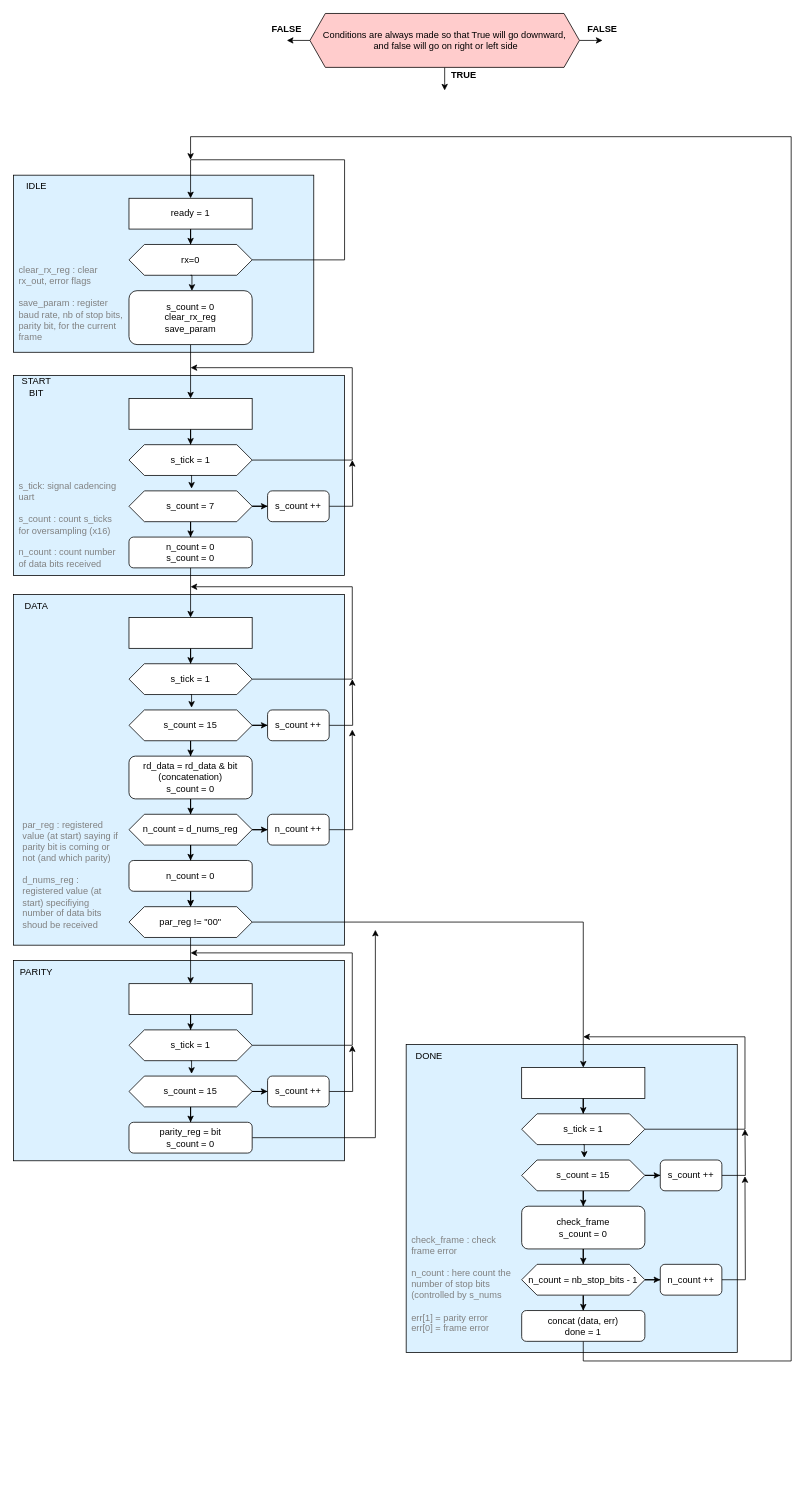
Above: doc/UART/uart_dynamic_FSMD.drawio in hacktivist25/PongCHu_FPGA_Designs (draw.io), before the change. Source tidied: cells renumbered, new cells numbered last; positions are measured from the earlier drawing's top-left corner, leaving out a move shared by most shapes. Both pictures are drawn from the tidied source at 77%, with x=0, y=0 at pixel (13, 13).
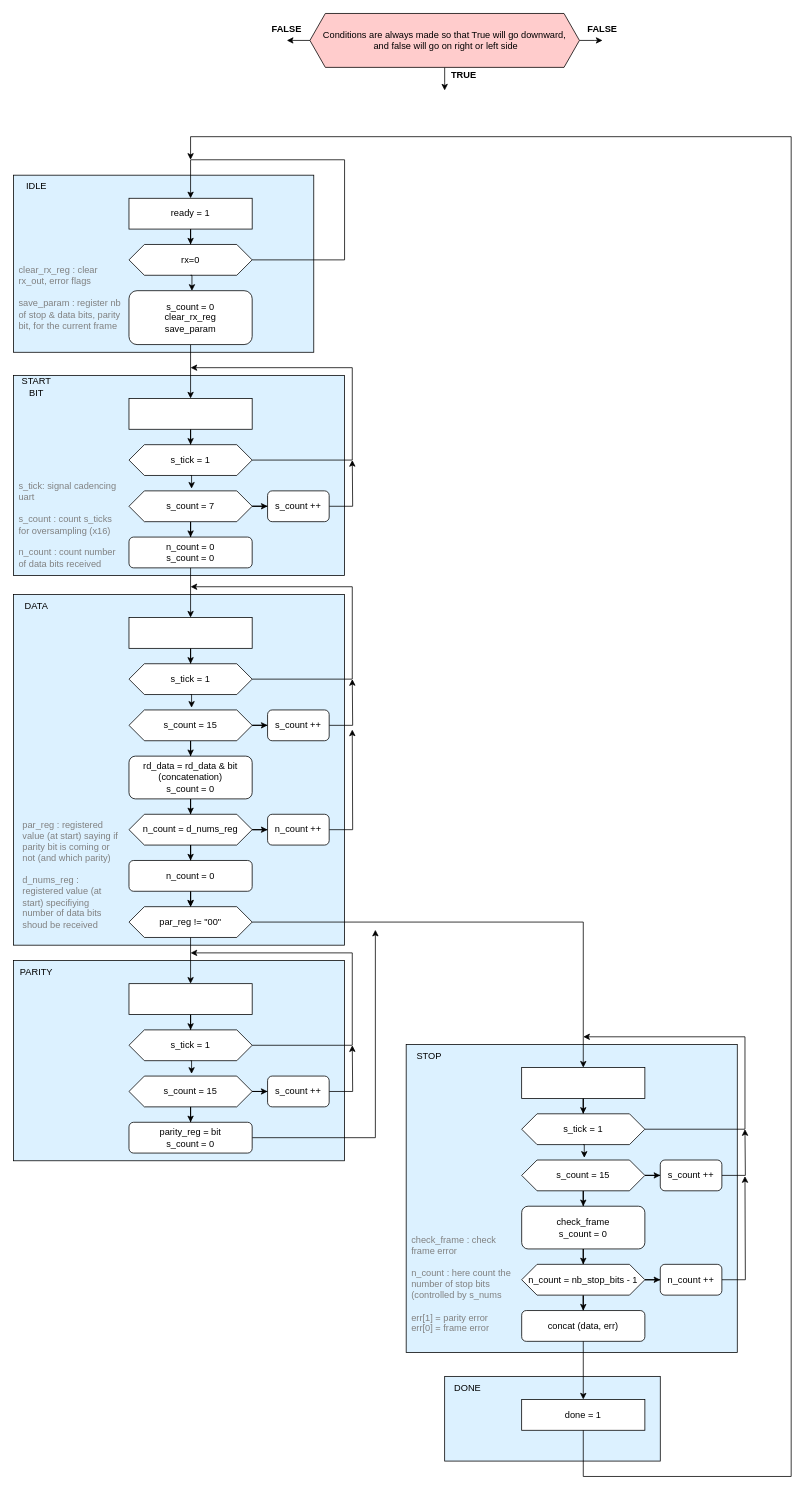
The same page after the edit.

Commit message:
DOC : UART : schematic chart UPDATE

The edit, as a diff of the source:
```diff
@@
-    <mxCell id="18" value="&lt;div&gt;&lt;span style=&quot;color: rgb(128, 128, 128);&quot;&gt;clear_rx_reg : clear rx_out, error flags&amp;nbsp;&lt;/span&gt;&lt;/div&gt;&lt;div&gt;&lt;span style=&quot;color: rgb(128, 128, 128);&quot;&gt;&lt;br&gt;&lt;/span&gt;&lt;/div&gt;&lt;div&gt;&lt;span style=&quot;color: rgb(128, 128, 128);&quot;&gt;save_param : register baud rate, nb of stop bits, parity bit, for the current frame&lt;/span&gt;&lt;/div&gt;" style="text;html=1;whiteSpace=wrap;overflow=hidden;rounded=0;" parent="1" vertex="1">
+    <mxCell id="18" value="&lt;div&gt;&lt;span style=&quot;color: rgb(128, 128, 128);&quot;&gt;clear_rx_reg : clear rx_out, error flags&amp;nbsp;&lt;/span&gt;&lt;/div&gt;&lt;div&gt;&lt;span style=&quot;color: rgb(128, 128, 128);&quot;&gt;&lt;br&gt;&lt;/span&gt;&lt;/div&gt;&lt;div&gt;&lt;span style=&quot;color: rgb(128, 128, 128);&quot;&gt;save_param : register nb of stop &amp;amp; data bits, parity bit, for the current frame&lt;/span&gt;&lt;/div&gt;" style="text;html=1;whiteSpace=wrap;overflow=hidden;rounded=0;" parent="1" vertex="1">
       <mxGeometry x="5" y="320" width="140" height="120" as="geometry" />
     </mxCell>
@@
-    <mxCell id="77" value="DONE" style="text;html=1;whiteSpace=wrap;strokeColor=none;fillColor=none;align=center;verticalAlign=middle;rounded=0;" parent="1" vertex="1">
+    <mxCell id="77" value="STOP" style="text;html=1;whiteSpace=wrap;strokeColor=none;fillColor=none;align=center;verticalAlign=middle;rounded=0;" parent="1" vertex="1">
       <mxGeometry x="510" y="1339" width="60" height="30" as="geometry" />
     </mxCell>
@@
-    <mxCell id="88" style="edgeStyle=orthogonalEdgeStyle;rounded=0;jettySize=auto;html=1;" parent="1" edge="1" source="89">
-      <mxGeometry relative="1" as="geometry">
-        <mxPoint x="230" y="190" as="targetPoint" />
-        <Array as="points">
-          <mxPoint x="740" y="1750" />
-          <mxPoint x="1010" y="1750" />
-          <mxPoint x="1010" y="160" />
-          <mxPoint x="230" y="160" />
-        </Array>
-      </mxGeometry>
-    </mxCell>
-    <mxCell id="89" value="&lt;div&gt;concat (data, err)&lt;/div&gt;&lt;div&gt;done = 1&lt;/div&gt;" style="rounded=1;whiteSpace=wrap;html=1;" parent="1" vertex="1">
+    <mxCell id="89" value="&lt;div&gt;concat (data, err)&lt;/div&gt;" style="rounded=1;whiteSpace=wrap;html=1;" parent="1" vertex="1">
       <mxGeometry x="660" y="1684.5" width="160" height="40" as="geometry" />
     </mxCell>
@@
+    <mxCell id="97" style="rounded=0;whiteSpace=wrap;html=1;fillColor=#DCF1FF;" parent="1" vertex="1">
+      <mxGeometry x="560" y="1770" width="280" height="110" as="geometry" />
+    </mxCell>
+    <mxCell id="98" value="done = 1" style="rounded=0;whiteSpace=wrap;html=1;" parent="1" vertex="1">
+      <mxGeometry x="660" y="1800" width="160" height="40" as="geometry" />
+    </mxCell>
+    <mxCell id="99" value="DONE" style="text;html=1;whiteSpace=wrap;strokeColor=none;fillColor=none;align=center;verticalAlign=middle;rounded=0;" parent="1" vertex="1">
+      <mxGeometry x="560" y="1770" width="60" height="30" as="geometry" />
+    </mxCell>
+    <mxCell id="88" style="edgeStyle=orthogonalEdgeStyle;rounded=0;jettySize=auto;html=1;exitX=0.5;exitY=1;exitDx=0;exitDy=0;" parent="1" edge="1" source="98">
+      <mxGeometry relative="1" as="geometry">
+        <mxPoint x="230" y="190" as="targetPoint" />
+        <Array as="points">
+          <mxPoint x="740" y="1900" />
+          <mxPoint x="1010" y="1900" />
+          <mxPoint x="1010" y="160" />
+          <mxPoint x="230" y="160" />
+        </Array>
+      </mxGeometry>
+    </mxCell>
+    <mxCell id="100" style="edgeStyle=orthogonalEdgeStyle;rounded=0;jettySize=auto;html=1;entryX=0.5;entryY=0;entryDx=0;entryDy=0;" parent="1" edge="1" source="89" target="98">
+      <mxGeometry relative="1" as="geometry" />
+    </mxCell>
```
